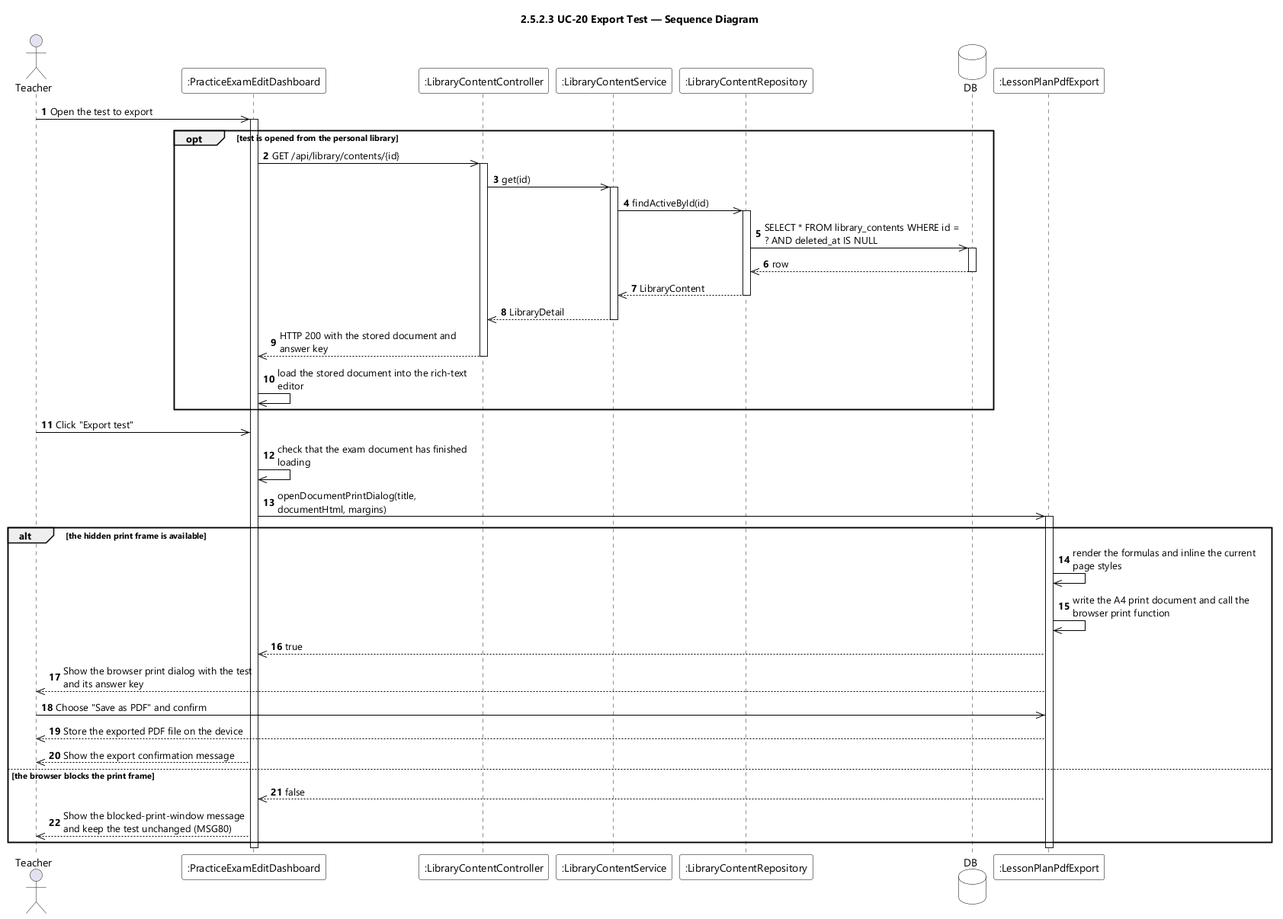
This is designs/sds-diagrams/uc20/uc20-sequence-diagram.png from EduA-system/EduA-system, a PlantUML export, as it was before one commit.
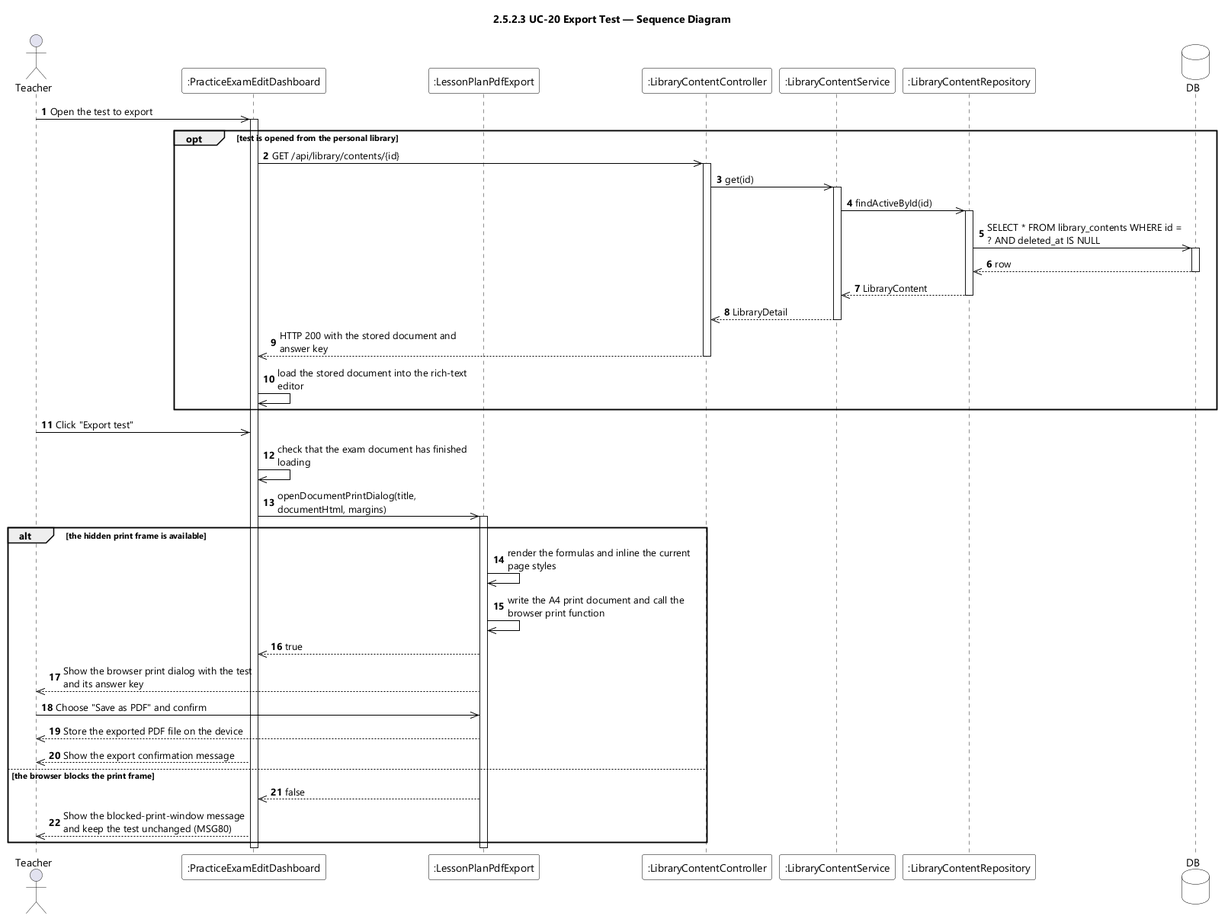
Above is the later version.

Diff of the diagram source:
```diff
@@ -13,11 +13,11 @@
 
 actor Teacher
 participant ":PracticeExamEditDashboard" as EDT
+participant ":LessonPlanPdfExport" as PRINT
 participant ":LibraryContentController" as CTL
 participant ":LibraryContentService" as SVC
 participant ":LibraryContentRepository" as REPO
 database DB
-participant ":LessonPlanPdfExport" as PRINT
 
 autonumber
 Teacher ->> EDT : Open the test to export
```
